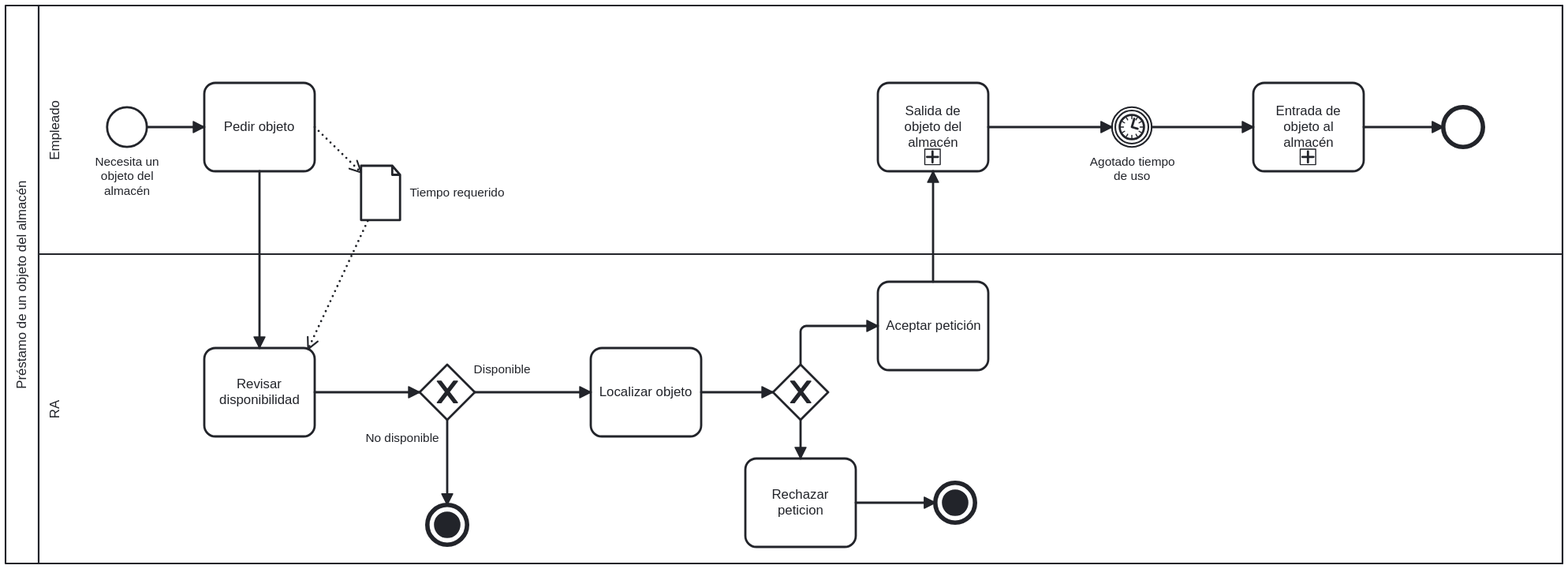
Earlier version of the BPMN export assets/Proceso a Implantar- Préstamo.svg (Emilio-115/Proyecto-IR-G2-12). Its source is kept beside it as Procesos de negocio/Proceso a Implantar- Préstamo.bpmn. Ids are renumbered.
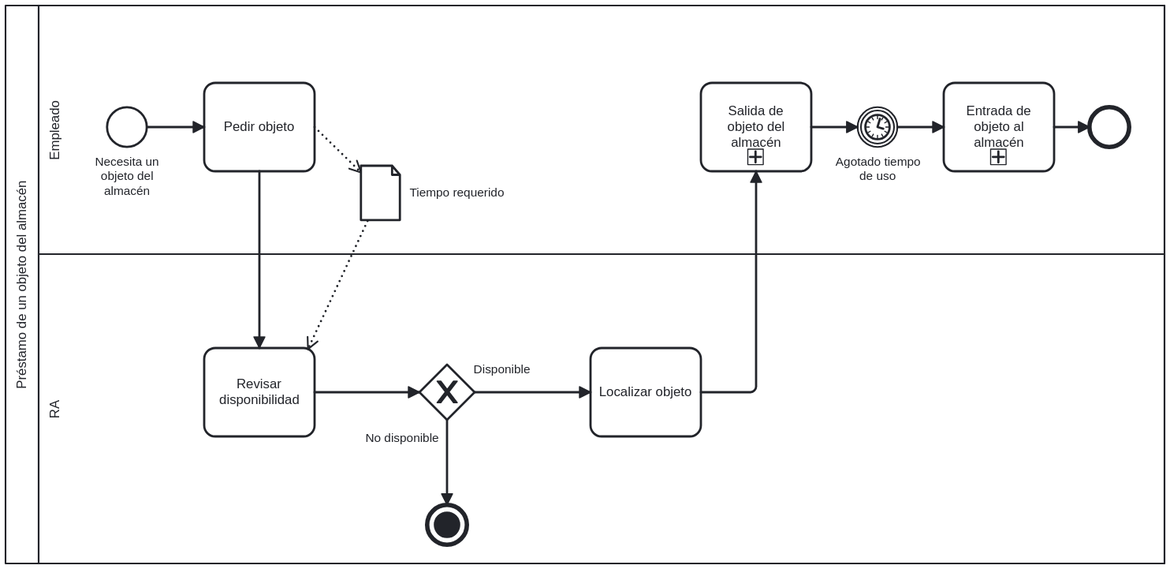
After the change.

Commit message:
docs: :memo: corregir bpmn proceso a implantar - Salida de Objeto y el bpmn de proceso de Préstamo a Implantar

Change to the diagram source:
```diff
@@ -1,4 +1,4 @@
-<bpmn:definitions xmlns:xsi="http://www.w3.org/2001/XMLSchema-instance" xmlns:bpmn="http://www.omg.org/spec/BPMN/20100524/MODEL" xmlns:bpmndi="http://www.omg.org/spec/BPMN/20100524/DI" xmlns:dc="http://www.omg.org/spec/DD/20100524/DC" xmlns:di="http://www.omg.org/spec/DD/20100524/DI" id="Definitions_n1" targetNamespace="http://bpmn.io/schema/bpmn" exporter="bpmn-js (https://demo.bpmn.io)" exporterVersion="17.11.1">
+<bpmn:definitions xmlns:xsi="http://www.w3.org/2001/XMLSchema-instance" xmlns:bpmn="http://www.omg.org/spec/BPMN/20100524/MODEL" xmlns:bpmndi="http://www.omg.org/spec/BPMN/20100524/DI" xmlns:dc="http://www.omg.org/spec/DD/20100524/DC" xmlns:di="http://www.omg.org/spec/DD/20100524/DI" id="Definitions_n1" targetNamespace="http://bpmn.io/schema/bpmn" exporter="bpmn-js (https://demo.bpmn.io)" exporterVersion="18.0.0">
   <bpmn:collaboration id="Collaboration_n2">
     <bpmn:participant id="Participant_n3" name="Préstamo de un objeto del almacén" processRef="Process_n4" />
   </bpmn:collaboration>
@@ -9,10 +9,6 @@
         <bpmn:flowNodeRef>Activity_n8</bpmn:flowNodeRef>
         <bpmn:flowNodeRef>Gateway_n9</bpmn:flowNodeRef>
         <bpmn:flowNodeRef>Activity_n10</bpmn:flowNodeRef>
-        <bpmn:flowNodeRef>Gateway_n11</bpmn:flowNodeRef>
-        <bpmn:flowNodeRef>Activity_n12</bpmn:flowNodeRef>
-        <bpmn:flowNodeRef>Event_n13</bpmn:flowNodeRef>
-        <bpmn:flowNodeRef>Activity_n14</bpmn:flowNodeRef>
       </bpmn:lane>
       <bpmn:lane id="Lane_n15" name="Empleado">
         <bpmn:flowNodeRef>Activity_n16</bpmn:flowNodeRef>
@@ -45,23 +41,6 @@
       <bpmn:incoming>Flow_n29</bpmn:incoming>
       <bpmn:outgoing>Flow_n30</bpmn:outgoing>
     </bpmn:task>
-    <bpmn:exclusiveGateway id="Gateway_n11">
-      <bpmn:incoming>Flow_n30</bpmn:incoming>
-      <bpmn:outgoing>Flow_n31</bpmn:outgoing>
-      <bpmn:outgoing>Flow_n32</bpmn:outgoing>
-    </bpmn:exclusiveGateway>
-    <bpmn:task id="Activity_n12" name="Rechazar peticion">
-      <bpmn:incoming>Flow_n31</bpmn:incoming>
-      <bpmn:outgoing>Flow_n33</bpmn:outgoing>
-    </bpmn:task>
-    <bpmn:endEvent id="Event_n13">
-      <bpmn:incoming>Flow_n33</bpmn:incoming>
-      <bpmn:terminateEventDefinition id="TerminateEventDefinition_n34" />
-    </bpmn:endEvent>
-    <bpmn:task id="Activity_n14" name="Aceptar petición">
-      <bpmn:incoming>Flow_n32</bpmn:incoming>
-      <bpmn:outgoing>Flow_n35</bpmn:outgoing>
-    </bpmn:task>
     <bpmn:dataObjectReference id="DataObjectReference_n28" name="Tiempo requerido" dataObjectRef="DataObject_n36" />
     <bpmn:dataObject id="DataObject_n36" />
     <bpmn:task id="Activity_n16" name="Pedir objeto">
@@ -74,48 +53,44 @@
     <bpmn:startEvent id="Event_n17" name="Necesita un objeto del almacén">
       <bpmn:outgoing>Flow_n37</bpmn:outgoing>
     </bpmn:startEvent>
+    <bpmn:sequenceFlow id="Flow_n22" name="No disponible" sourceRef="Gateway_n9" targetRef="Event_n7" />
+    <bpmn:sequenceFlow id="Flow_n24" sourceRef="Activity_n16" targetRef="Activity_n8" />
+    <bpmn:sequenceFlow id="Flow_n25" sourceRef="Activity_n8" targetRef="Gateway_n9" />
+    <bpmn:sequenceFlow id="Flow_n29" sourceRef="Gateway_n9" targetRef="Activity_n10" />
+    <bpmn:sequenceFlow id="Flow_n30" sourceRef="Activity_n10" targetRef="Activity_n20" />
+    <bpmn:sequenceFlow id="Flow_n37" sourceRef="Event_n17" targetRef="Activity_n16" />
+    <bpmn:sequenceFlow id="Flow_n39" sourceRef="Activity_n20" targetRef="Event_n18" />
+    <bpmn:sequenceFlow id="Flow_n40" sourceRef="Event_n18" targetRef="Activity_n21" />
+    <bpmn:sequenceFlow id="Flow_n42" sourceRef="Activity_n21" targetRef="Event_n19" />
+    <bpmn:subProcess id="Activity_n20" name="Salida de objeto del almacén">
+      <bpmn:incoming>Flow_n30</bpmn:incoming>
+      <bpmn:outgoing>Flow_n39</bpmn:outgoing>
+    </bpmn:subProcess>
     <bpmn:intermediateCatchEvent id="Event_n18" name="Agotado tiempo de uso">
       <bpmn:incoming>Flow_n39</bpmn:incoming>
       <bpmn:outgoing>Flow_n40</bpmn:outgoing>
       <bpmn:timerEventDefinition id="TimerEventDefinition_n41" />
     </bpmn:intermediateCatchEvent>
-    <bpmn:endEvent id="Event_n19">
-      <bpmn:incoming>Flow_n42</bpmn:incoming>
-    </bpmn:endEvent>
-    <bpmn:subProcess id="Activity_n20" name="Salida de objeto del almacén">
-      <bpmn:incoming>Flow_n35</bpmn:incoming>
-      <bpmn:outgoing>Flow_n39</bpmn:outgoing>
-    </bpmn:subProcess>
     <bpmn:subProcess id="Activity_n21" name="Entrada de objeto al almacén">
       <bpmn:incoming>Flow_n40</bpmn:incoming>
       <bpmn:outgoing>Flow_n42</bpmn:outgoing>
     </bpmn:subProcess>
-    <bpmn:sequenceFlow id="Flow_n22" name="No disponible" sourceRef="Gateway_n9" targetRef="Event_n7" />
-    <bpmn:sequenceFlow id="Flow_n24" sourceRef="Activity_n16" targetRef="Activity_n8" />
-    <bpmn:sequenceFlow id="Flow_n25" sourceRef="Activity_n8" targetRef="Gateway_n9" />
-    <bpmn:sequenceFlow id="Flow_n29" sourceRef="Gateway_n9" targetRef="Activity_n10" />
-    <bpmn:sequenceFlow id="Flow_n30" sourceRef="Activity_n10" targetRef="Gateway_n11" />
-    <bpmn:sequenceFlow id="Flow_n31" sourceRef="Gateway_n11" targetRef="Activity_n12" />
-    <bpmn:sequenceFlow id="Flow_n32" sourceRef="Gateway_n11" targetRef="Activity_n14" />
-    <bpmn:sequenceFlow id="Flow_n33" sourceRef="Activity_n12" targetRef="Event_n13" />
-    <bpmn:sequenceFlow id="Flow_n35" sourceRef="Activity_n14" targetRef="Activity_n20" />
-    <bpmn:sequenceFlow id="Flow_n37" sourceRef="Event_n17" targetRef="Activity_n16" />
-    <bpmn:sequenceFlow id="Flow_n39" sourceRef="Activity_n20" targetRef="Event_n18" />
-    <bpmn:sequenceFlow id="Flow_n40" sourceRef="Event_n18" targetRef="Activity_n21" />
-    <bpmn:sequenceFlow id="Flow_n42" sourceRef="Activity_n21" targetRef="Event_n19" />
+    <bpmn:endEvent id="Event_n19">
+      <bpmn:incoming>Flow_n42</bpmn:incoming>
+    </bpmn:endEvent>
   </bpmn:process>
   <bpmndi:BPMNDiagram id="BPMNDiagram_1">
     <bpmndi:BPMNPlane id="BPMNPlane_1" bpmnElement="Collaboration_n2">
       <bpmndi:BPMNShape id="Participant_n3_di" bpmnElement="Participant_n3" isHorizontal="true">
-        <dc:Bounds x="160" y="80" width="1410" height="505" />
+        <dc:Bounds x="160" y="80" width="1050" height="505" />
+        <bpmndi:BPMNLabel />
+      </bpmndi:BPMNShape>
+      <bpmndi:BPMNShape id="Lane_n15_di" bpmnElement="Lane_n15" isHorizontal="true">
+        <dc:Bounds x="190" y="80" width="1020" height="225" />
         <bpmndi:BPMNLabel />
       </bpmndi:BPMNShape>
       <bpmndi:BPMNShape id="Lane_n6_di" bpmnElement="Lane_n6" isHorizontal="true">
-        <dc:Bounds x="190" y="305" width="1380" height="280" />
-        <bpmndi:BPMNLabel />
-      </bpmndi:BPMNShape>
-      <bpmndi:BPMNShape id="Lane_n15_di" bpmnElement="Lane_n15" isHorizontal="true">
-        <dc:Bounds x="190" y="80" width="1380" height="225" />
+        <dc:Bounds x="190" y="305" width="1020" height="280" />
         <bpmndi:BPMNLabel />
       </bpmndi:BPMNShape>
       <bpmndi:BPMNShape id="Event_n7_di" bpmnElement="Event_n7">
@@ -135,20 +110,6 @@
         <dc:Bounds x="690" y="390" width="100" height="80" />
         <bpmndi:BPMNLabel />
       </bpmndi:BPMNShape>
-      <bpmndi:BPMNShape id="Gateway_n11_di" bpmnElement="Gateway_n11" isMarkerVisible="true">
-        <dc:Bounds x="855" y="405" width="50" height="50" />
-      </bpmndi:BPMNShape>
-      <bpmndi:BPMNShape id="Activity_n12_di" bpmnElement="Activity_n12">
-        <dc:Bounds x="830" y="490" width="100" height="80" />
-        <bpmndi:BPMNLabel />
-      </bpmndi:BPMNShape>
-      <bpmndi:BPMNShape id="BPMNShape_n43" bpmnElement="Event_n13">
-        <dc:Bounds x="1002" y="512" width="36" height="36" />
-      </bpmndi:BPMNShape>
-      <bpmndi:BPMNShape id="Activity_n14_di" bpmnElement="Activity_n14">
-        <dc:Bounds x="950" y="330" width="100" height="80" />
-        <bpmndi:BPMNLabel />
-      </bpmndi:BPMNShape>
       <bpmndi:BPMNShape id="DataObjectReference_n28_di" bpmnElement="DataObjectReference_n28">
         <dc:Bounds x="482" y="225" width="36" height="50" />
         <bpmndi:BPMNLabel>
@@ -166,36 +127,32 @@
         </bpmndi:BPMNLabel>
       </bpmndi:BPMNShape>
       <bpmndi:BPMNShape id="Event_n18_di" bpmnElement="Event_n18">
-        <dc:Bounds x="1162" y="172" width="36" height="36" />
+        <dc:Bounds x="932" y="172" width="36" height="36" />
         <bpmndi:BPMNLabel>
-          <dc:Bounds x="1142" y="215" width="77" height="27" />
+          <dc:Bounds x="912" y="215" width="77" height="27" />
         </bpmndi:BPMNLabel>
       </bpmndi:BPMNShape>
       <bpmndi:BPMNShape id="Event_n19_di" bpmnElement="Event_n19">
-        <dc:Bounds x="1462" y="172" width="36" height="36" />
+        <dc:Bounds x="1142" y="172" width="36" height="36" />
       </bpmndi:BPMNShape>
       <bpmndi:BPMNShape id="Activity_n20_di" bpmnElement="Activity_n20">
-        <dc:Bounds x="950" y="150" width="100" height="80" />
+        <dc:Bounds x="790" y="150" width="100" height="80" />
         <bpmndi:BPMNLabel />
       </bpmndi:BPMNShape>
       <bpmndi:BPMNShape id="Activity_n21_di" bpmnElement="Activity_n21">
-        <dc:Bounds x="1290" y="150" width="100" height="80" />
+        <dc:Bounds x="1010" y="150" width="100" height="80" />
         <bpmndi:BPMNLabel />
       </bpmndi:BPMNShape>
-      <bpmndi:BPMNEdge id="Flow_n37_di" bpmnElement="Flow_n37">
-        <di:waypoint x="288" y="190" />
-        <di:waypoint x="340" y="190" />
-      </bpmndi:BPMNEdge>
-      <bpmndi:BPMNEdge id="Flow_n24_di" bpmnElement="Flow_n24">
-        <di:waypoint x="390" y="230" />
-        <di:waypoint x="390" y="390" />
-      </bpmndi:BPMNEdge>
       <bpmndi:BPMNEdge id="Flow_n22_di" bpmnElement="Flow_n22">
         <di:waypoint x="560" y="455" />
         <di:waypoint x="560" y="532" />
         <bpmndi:BPMNLabel>
           <dc:Bounds x="486" y="465" width="67" height="14" />
         </bpmndi:BPMNLabel>
+      </bpmndi:BPMNEdge>
+      <bpmndi:BPMNEdge id="Flow_n24_di" bpmnElement="Flow_n24">
+        <di:waypoint x="390" y="230" />
+        <di:waypoint x="390" y="390" />
       </bpmndi:BPMNEdge>
       <bpmndi:BPMNEdge id="Flow_n25_di" bpmnElement="Flow_n25">
         <di:waypoint x="440" y="430" />
@@ -207,44 +164,32 @@
       </bpmndi:BPMNEdge>
       <bpmndi:BPMNEdge id="Flow_n30_di" bpmnElement="Flow_n30">
         <di:waypoint x="790" y="430" />
-        <di:waypoint x="855" y="430" />
+        <di:waypoint x="840" y="430" />
+        <di:waypoint x="840" y="230" />
       </bpmndi:BPMNEdge>
-      <bpmndi:BPMNEdge id="Flow_n31_di" bpmnElement="Flow_n31">
-        <di:waypoint x="880" y="455" />
-        <di:waypoint x="880" y="490" />
-      </bpmndi:BPMNEdge>
-      <bpmndi:BPMNEdge id="Flow_n32_di" bpmnElement="Flow_n32">
-        <di:waypoint x="880" y="405" />
-        <di:waypoint x="880" y="370" />
-        <di:waypoint x="950" y="370" />
-      </bpmndi:BPMNEdge>
-      <bpmndi:BPMNEdge id="Flow_n33_di" bpmnElement="Flow_n33">
-        <di:waypoint x="930" y="530" />
-        <di:waypoint x="1002" y="530" />
-      </bpmndi:BPMNEdge>
-      <bpmndi:BPMNEdge id="Flow_n35_di" bpmnElement="Flow_n35">
-        <di:waypoint x="1000" y="330" />
-        <di:waypoint x="1000" y="230" />
+      <bpmndi:BPMNEdge id="Flow_n37_di" bpmnElement="Flow_n37">
+        <di:waypoint x="288" y="190" />
+        <di:waypoint x="340" y="190" />
       </bpmndi:BPMNEdge>
       <bpmndi:BPMNEdge id="Flow_n39_di" bpmnElement="Flow_n39">
-        <di:waypoint x="1050" y="190" />
-        <di:waypoint x="1162" y="190" />
+        <di:waypoint x="890" y="190" />
+        <di:waypoint x="932" y="190" />
       </bpmndi:BPMNEdge>
       <bpmndi:BPMNEdge id="Flow_n40_di" bpmnElement="Flow_n40">
-        <di:waypoint x="1198" y="190" />
-        <di:waypoint x="1290" y="190" />
+        <di:waypoint x="968" y="190" />
+        <di:waypoint x="1010" y="190" />
       </bpmndi:BPMNEdge>
       <bpmndi:BPMNEdge id="Flow_n42_di" bpmnElement="Flow_n42">
-        <di:waypoint x="1390" y="190" />
-        <di:waypoint x="1462" y="190" />
+        <di:waypoint x="1110" y="190" />
+        <di:waypoint x="1142" y="190" />
+      </bpmndi:BPMNEdge>
+      <bpmndi:BPMNEdge id="DataInputAssociation_n27_di" bpmnElement="DataInputAssociation_n27">
+        <di:waypoint x="488" y="275" />
+        <di:waypoint x="434" y="391" />
       </bpmndi:BPMNEdge>
       <bpmndi:BPMNEdge id="DataOutputAssociation_n38_di" bpmnElement="DataOutputAssociation_n38">
         <di:waypoint x="440" y="190" />
         <di:waypoint x="482" y="231" />
-      </bpmndi:BPMNEdge>
-      <bpmndi:BPMNEdge id="DataInputAssociation_n27_di" bpmnElement="DataInputAssociation_n27">
-        <di:waypoint x="488" y="275" />
-        <di:waypoint x="434" y="391" />
       </bpmndi:BPMNEdge>
     </bpmndi:BPMNPlane>
   </bpmndi:BPMNDiagram>
```
